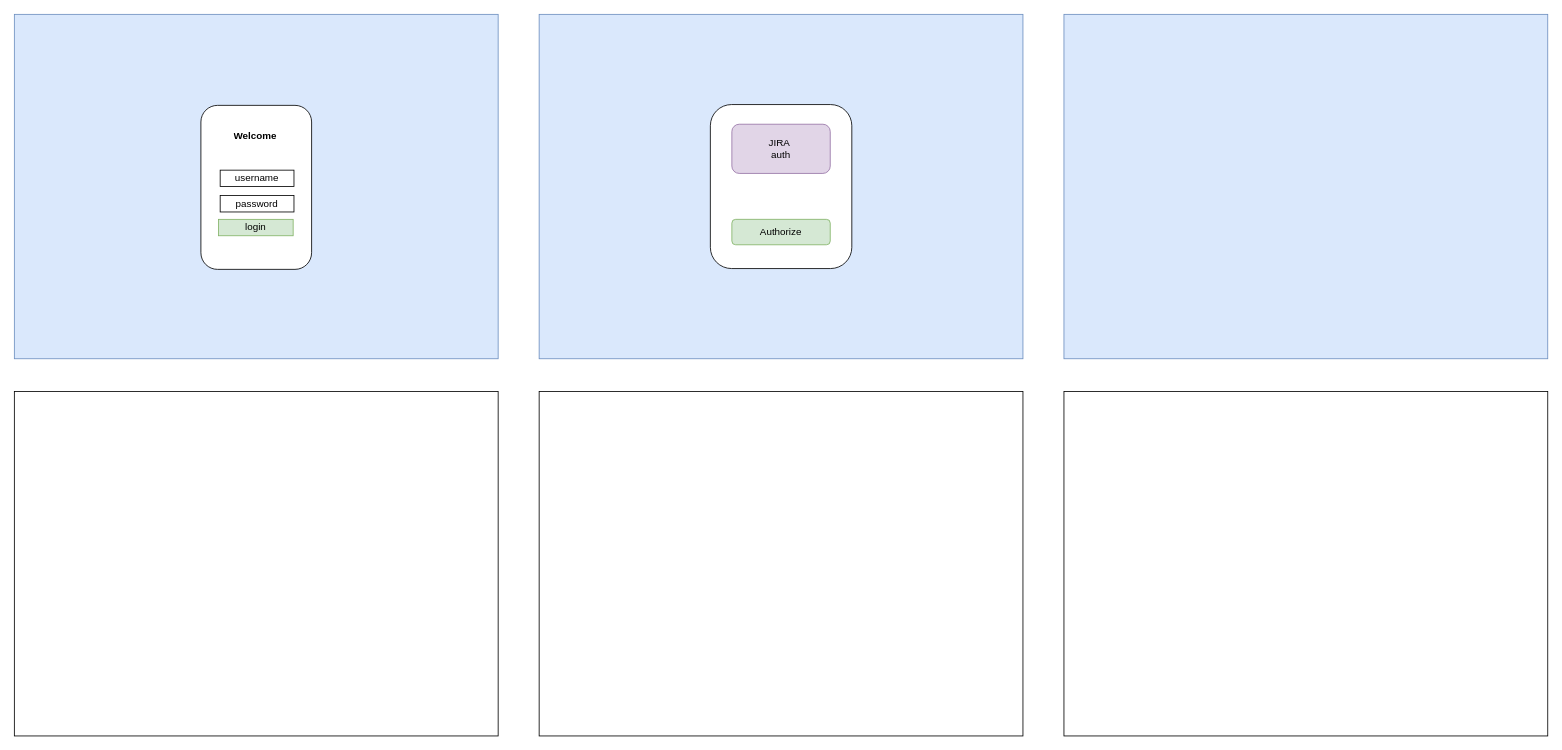
The draw.io diagram HCI/user-flow.drawio in K-M-Shehan/software-design-docs, before the edit. Source tidied: cells renumbered, new cells numbered last; positions are measured from the earlier drawing's top-left corner, leaving out a move shared by most shapes. Both pictures are drawn from the tidied source at 82%, with x=0, y=0 at pixel (14, 14).
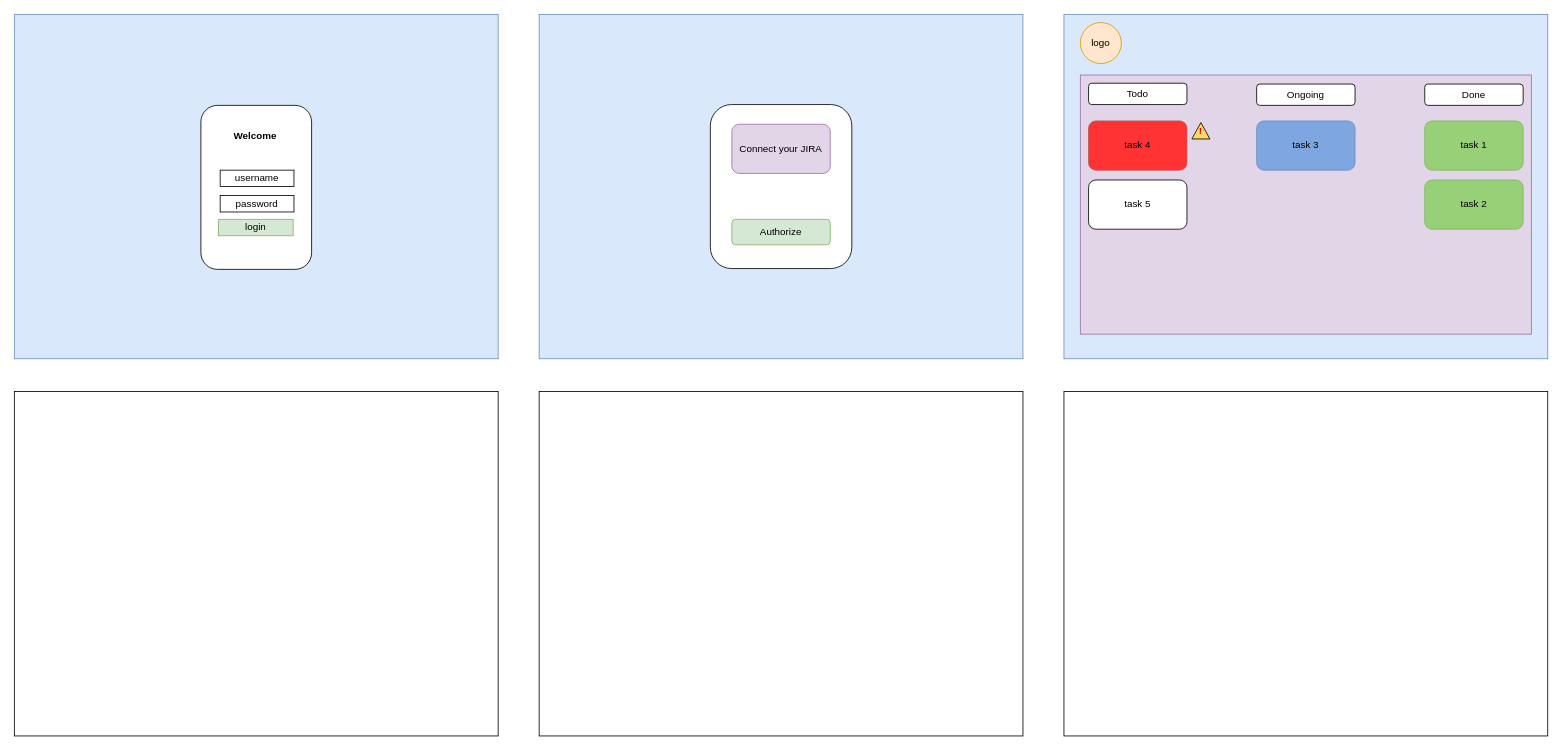
Above is the later version.

The edit, as a diff of the source:
```diff
@@
-    <mxCell id="14" value="&lt;div&gt;JIRA&amp;nbsp;&lt;/div&gt;&lt;div&gt;auth&lt;/div&gt;" style="rounded=1;whiteSpace=wrap;html=1;fillColor=#e1d5e7;strokeColor=#9673a6;" parent="1" vertex="1">
+    <mxCell id="14" value="Connect your JIRA" style="rounded=1;whiteSpace=wrap;html=1;fillColor=#e1d5e7;strokeColor=#9673a6;" parent="1" vertex="1">
       <mxGeometry x="875" y="134" width="120" height="60" as="geometry" />
     </mxCell>
@@
+    <mxCell id="16" value="logo" style="ellipse;whiteSpace=wrap;html=1;fillColor=#ffe6cc;strokeColor=#d79b00;" parent="1" vertex="1">
+      <mxGeometry x="1300" y="10" width="50" height="50" as="geometry" />
+    </mxCell>
+    <mxCell id="17" style="rounded=0;whiteSpace=wrap;html=1;fillColor=#e1d5e7;strokeColor=#9673a6;" parent="1" vertex="1">
+      <mxGeometry x="1300" y="74" width="550" height="316" as="geometry" />
+    </mxCell>
+    <mxCell id="18" value="Todo" style="rounded=1;whiteSpace=wrap;html=1;" parent="1" vertex="1">
+      <mxGeometry x="1310" y="84" width="120" height="26" as="geometry" />
+    </mxCell>
+    <mxCell id="19" value="task 4" style="rounded=1;whiteSpace=wrap;html=1;fillColor=#FF3333;strokeColor=#b85450;" parent="1" vertex="1">
+      <mxGeometry x="1310" y="130" width="120" height="60" as="geometry" />
+    </mxCell>
+    <mxCell id="20" value="task 5" style="rounded=1;whiteSpace=wrap;html=1;" parent="1" vertex="1">
+      <mxGeometry x="1310" y="202" width="120" height="60" as="geometry" />
+    </mxCell>
+    <mxCell id="21" value="Done" style="rounded=1;whiteSpace=wrap;html=1;" parent="1" vertex="1">
+      <mxGeometry x="1720" y="85" width="120" height="26" as="geometry" />
+    </mxCell>
+    <mxCell id="22" value="Ongoing" style="rounded=1;whiteSpace=wrap;html=1;" parent="1" vertex="1">
+      <mxGeometry x="1515" y="85" width="120" height="26" as="geometry" />
+    </mxCell>
+    <mxCell id="23" value="task 3" style="rounded=1;whiteSpace=wrap;html=1;fillColor=#7EA6E0;strokeColor=#6c8ebf;" parent="1" vertex="1">
+      <mxGeometry x="1515" y="130" width="120" height="60" as="geometry" />
+    </mxCell>
+    <mxCell id="24" value="task 1" style="rounded=1;whiteSpace=wrap;html=1;fillColor=#97D077;strokeColor=#82b366;" parent="1" vertex="1">
+      <mxGeometry x="1720" y="130" width="120" height="60" as="geometry" />
+    </mxCell>
+    <mxCell id="25" value="task 2" style="rounded=1;whiteSpace=wrap;html=1;fillColor=#97D077;strokeColor=#82b366;" parent="1" vertex="1">
+      <mxGeometry x="1720" y="202" width="120" height="60" as="geometry" />
+    </mxCell>
+    <mxCell id="26" style="triangle;whiteSpace=wrap;html=1;rotation=-90;fillColor=#FFD966;" parent="1" vertex="1">
+      <mxGeometry x="1437" y="131" width="20" height="22" as="geometry" />
+    </mxCell>
+    <mxCell id="27" value="&lt;b&gt;&lt;span style=&quot;color: rgb(248, 0, 0);&quot;&gt;!&lt;/span&gt;&lt;/b&gt;" style="text;strokeColor=none;fillColor=none;align=left;verticalAlign=middle;spacingLeft=4;spacingRight=4;overflow=hidden;whiteSpace=wrap;html=1;" parent="1" vertex="1">
+      <mxGeometry x="1439" y="127" width="80" height="30" as="geometry" />
+    </mxCell>
```
